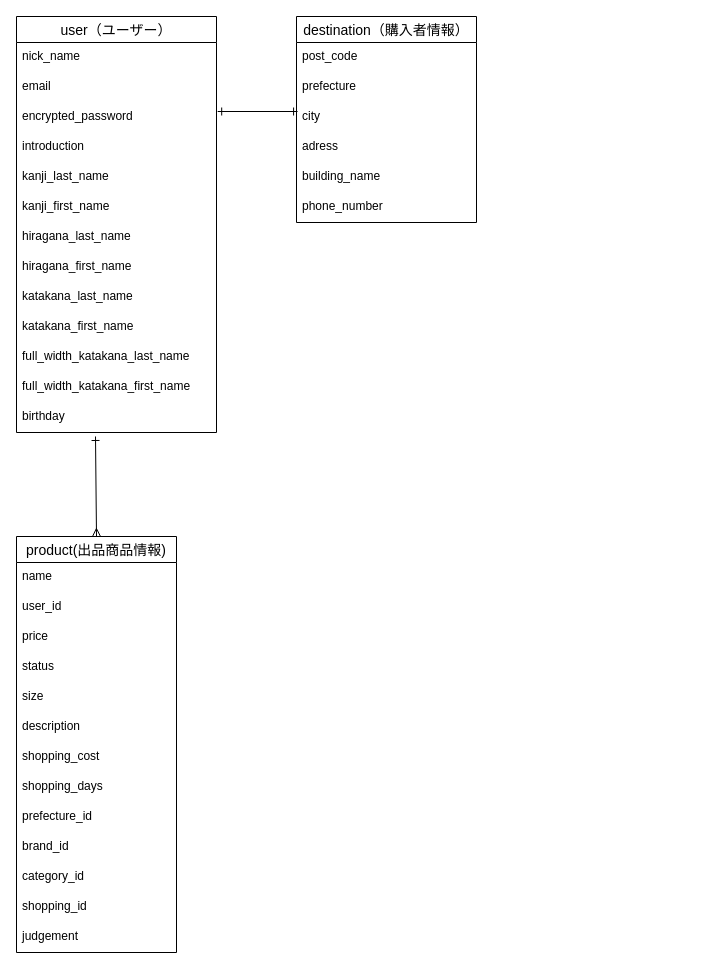
Above: Furima.dio in yk-kasshi/furima-39089 (draw.io), before the change. Source tidied: cells renumbered, new cells numbered last; positions are measured from the earlier drawing's top-left corner, leaving out a move shared by most shapes. Both pictures are drawn from the tidied source at 100%, with x=0, y=0 at pixel (16, 16).
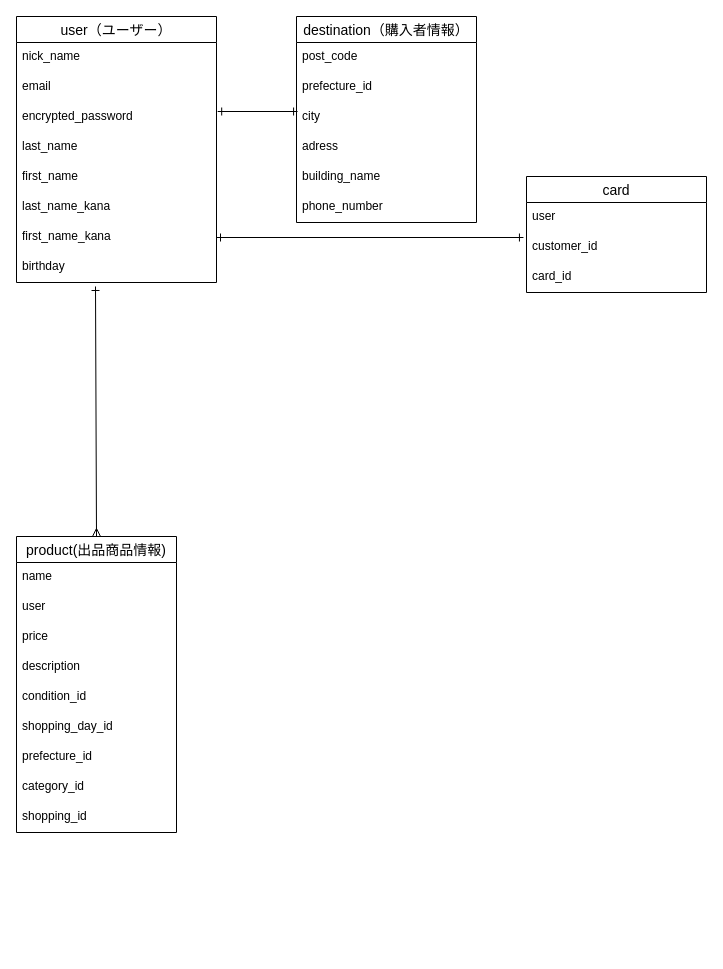
Above is the later version.

Commit message (it also covers changes not shown here):
データベース設計の修正３

Unchanged cells that the change refers to:
```xml
<mxCell id="31" value="destination（購入者情報）" style="swimlane;fontStyle=0;horizontal=1;startSize=26;align=center;fontSize=14;rounded=0;" parent="1" vertex="1">
  <mxGeometry x="280" width="180" height="206" as="geometry" />
</mxCell>
```

The edit, as a diff of the source:
```diff
@@
     <mxCell id="2" value="user（ユーザー）" style="swimlane;fontStyle=0;horizontal=1;startSize=26;align=center;fontSize=14;rounded=0;" parent="1" vertex="1">
-      <mxGeometry width="200" height="416" as="geometry" />
+      <mxGeometry width="200" height="266" as="geometry" />
     </mxCell>
@@
-    <mxCell id="6" value="introduction" style="text;strokeColor=none;fillColor=none;spacingLeft=4;spacingRight=4;overflow=hidden;fontSize=12;rounded=0;" parent="2" vertex="1">
-      <mxGeometry y="116" width="200" height="30" as="geometry" />
-    </mxCell>
-    <mxCell id="7" value="kanji_last_name" style="text;strokeColor=none;fillColor=none;spacingLeft=4;spacingRight=4;overflow=hidden;fontSize=12;" parent="2" vertex="1">
-      <mxGeometry y="146" width="200" height="30" as="geometry" />
-    </mxCell>
-    <mxCell id="8" value="kanji_first_name" style="text;strokeColor=none;fillColor=none;spacingLeft=4;spacingRight=4;overflow=hidden;fontSize=12;" parent="2" vertex="1">
-      <mxGeometry y="176" width="200" height="30" as="geometry" />
-    </mxCell>
-    <mxCell id="9" value="hiragana_last_name" style="text;strokeColor=none;fillColor=none;spacingLeft=4;spacingRight=4;overflow=hidden;fontSize=12;" parent="2" vertex="1">
-      <mxGeometry y="206" width="200" height="30" as="geometry" />
-    </mxCell>
-    <mxCell id="10" value="hiragana_first_name" style="text;strokeColor=none;fillColor=none;spacingLeft=4;spacingRight=4;overflow=hidden;fontSize=12;" parent="2" vertex="1">
-      <mxGeometry y="236" width="200" height="30" as="geometry" />
-    </mxCell>
-    <mxCell id="11" value="katakana_last_name" style="text;strokeColor=none;fillColor=none;spacingLeft=4;spacingRight=4;overflow=hidden;fontSize=12;" parent="2" vertex="1">
-      <mxGeometry y="266" width="200" height="30" as="geometry" />
-    </mxCell>
-    <mxCell id="12" value="katakana_first_name" style="text;strokeColor=none;fillColor=none;spacingLeft=4;spacingRight=4;overflow=hidden;fontSize=12;" parent="2" vertex="1">
-      <mxGeometry y="296" width="200" height="30" as="geometry" />
-    </mxCell>
-    <mxCell id="13" value="full_width_katakana_last_name" style="text;strokeColor=none;fillColor=none;spacingLeft=4;spacingRight=4;overflow=hidden;fontSize=12;" parent="2" vertex="1">
-      <mxGeometry y="326" width="200" height="30" as="geometry" />
-    </mxCell>
-    <mxCell id="14" value="full_width_katakana_first_name" style="text;strokeColor=none;fillColor=none;spacingLeft=4;spacingRight=4;overflow=hidden;fontSize=12;" parent="2" vertex="1">
-      <mxGeometry y="356" width="200" height="30" as="geometry" />
-    </mxCell>
+    <mxCell id="39" value="last_name" style="text;strokeColor=none;fillColor=none;spacingLeft=4;spacingRight=4;overflow=hidden;fontSize=12;" parent="2" vertex="1">
+      <mxGeometry y="116" width="200" height="30" as="geometry" />
+    </mxCell>
+    <mxCell id="40" value="first_name" style="text;strokeColor=none;fillColor=none;spacingLeft=4;spacingRight=4;overflow=hidden;fontSize=12;" parent="2" vertex="1">
+      <mxGeometry y="146" width="200" height="30" as="geometry" />
+    </mxCell>
+    <mxCell id="41" value="last_name_kana" style="text;strokeColor=none;fillColor=none;spacingLeft=4;spacingRight=4;overflow=hidden;fontSize=12;" parent="2" vertex="1">
+      <mxGeometry y="176" width="200" height="30" as="geometry" />
+    </mxCell>
+    <mxCell id="42" value="first_name_kana" style="text;strokeColor=none;fillColor=none;spacingLeft=4;spacingRight=4;overflow=hidden;points=[[0,0.5],[1,0.5]];portConstraint=eastwest;fontSize=12;" parent="2" vertex="1">
+      <mxGeometry y="206" width="200" height="30" as="geometry" />
+    </mxCell>
     <mxCell id="15" value="birthday" style="text;strokeColor=none;fillColor=none;spacingLeft=4;spacingRight=4;overflow=hidden;points=[[0,0.5],[1,0.5]];portConstraint=eastwest;fontSize=12;rounded=0;" parent="2" vertex="1">
-      <mxGeometry y="386" width="200" height="30" as="geometry" />
+      <mxGeometry y="236" width="200" height="30" as="geometry" />
     </mxCell>
@@
     <mxCell id="17" value="product(出品商品情報)" style="swimlane;fontStyle=0;horizontal=1;startSize=26;align=center;fontSize=14;rounded=0;strokeColor=default;direction=east;perimeterSpacing=0;" parent="1" vertex="1">
-      <mxGeometry y="520" width="160" height="416" as="geometry" />
+      <mxGeometry y="520" width="160" height="296" as="geometry" />
     </mxCell>
@@
-    <mxCell id="19" value="user_id" style="text;strokeColor=none;fillColor=none;spacingLeft=4;spacingRight=4;overflow=hidden;fontSize=12;rounded=0;" parent="17" vertex="1">
+    <mxCell id="19" value="user" style="text;strokeColor=none;fillColor=none;spacingLeft=4;spacingRight=4;overflow=hidden;fontSize=12;rounded=0;" parent="17" vertex="1">
       <mxGeometry y="56" width="160" height="30" as="geometry" />
     </mxCell>
@@
-    <mxCell id="21" value="status" style="text;strokeColor=none;fillColor=none;spacingLeft=4;spacingRight=4;overflow=hidden;fontSize=12;rounded=0;" parent="17" vertex="1">
-      <mxGeometry y="116" width="160" height="30" as="geometry" />
-    </mxCell>
-    <mxCell id="22" value="size" style="text;strokeColor=none;fillColor=none;spacingLeft=4;spacingRight=4;overflow=hidden;fontSize=12;rounded=0;" parent="17" vertex="1">
-      <mxGeometry y="146" width="160" height="30" as="geometry" />
-    </mxCell>
     <mxCell id="23" value="description&#10;" style="text;strokeColor=none;fillColor=none;spacingLeft=4;spacingRight=4;overflow=hidden;fontSize=12;" parent="17" vertex="1">
-      <mxGeometry y="176" width="160" height="30" as="geometry" />
+      <mxGeometry y="116" width="160" height="30" as="geometry" />
     </mxCell>
-    <mxCell id="24" value="shopping_cost" style="text;strokeColor=none;fillColor=none;spacingLeft=4;spacingRight=4;overflow=hidden;fontSize=12;rounded=0;" parent="17" vertex="1">
-      <mxGeometry y="206" width="160" height="30" as="geometry" />
-    </mxCell>
+    <mxCell id="43" value="condition_id" style="text;strokeColor=none;fillColor=none;spacingLeft=4;spacingRight=4;overflow=hidden;fontSize=12;" parent="17" vertex="1">
+      <mxGeometry y="146" width="160" height="30" as="geometry" />
+    </mxCell>
-    <mxCell id="25" value="shopping_days" style="text;strokeColor=none;fillColor=none;spacingLeft=4;spacingRight=4;overflow=hidden;fontSize=12;rounded=0;" parent="17" vertex="1">
-      <mxGeometry y="236" width="160" height="30" as="geometry" />
+    <mxCell id="25" value="shopping_day_id" style="text;strokeColor=none;fillColor=none;spacingLeft=4;spacingRight=4;overflow=hidden;fontSize=12;rounded=0;" parent="17" vertex="1">
+      <mxGeometry y="176" width="160" height="30" as="geometry" />
     </mxCell>
     <mxCell id="26" value="prefecture_id" style="text;strokeColor=none;fillColor=none;spacingLeft=4;spacingRight=4;overflow=hidden;fontSize=12;rounded=0;" parent="17" vertex="1">
-      <mxGeometry y="266" width="160" height="30" as="geometry" />
+      <mxGeometry y="206" width="160" height="30" as="geometry" />
     </mxCell>
-    <mxCell id="27" value="brand_id" style="text;strokeColor=none;fillColor=none;spacingLeft=4;spacingRight=4;overflow=hidden;fontSize=12;" parent="17" vertex="1">
-      <mxGeometry y="296" width="160" height="30" as="geometry" />
-    </mxCell>
     <mxCell id="28" value="category_id" style="text;strokeColor=none;fillColor=none;spacingLeft=4;spacingRight=4;overflow=hidden;fontSize=12;rounded=0;" parent="17" vertex="1">
-      <mxGeometry y="326" width="160" height="30" as="geometry" />
+      <mxGeometry y="236" width="160" height="30" as="geometry" />
     </mxCell>
     <mxCell id="29" value="shopping_id" style="text;strokeColor=none;fillColor=none;spacingLeft=4;spacingRight=4;overflow=hidden;fontSize=12;rounded=0;" parent="17" vertex="1">
-      <mxGeometry y="356" width="160" height="30" as="geometry" />
+      <mxGeometry y="266" width="160" height="30" as="geometry" />
     </mxCell>
-    <mxCell id="30" value="judgement" style="text;strokeColor=none;fillColor=none;spacingLeft=4;spacingRight=4;overflow=hidden;fontSize=12;rounded=0;" parent="17" vertex="1">
-      <mxGeometry y="386" width="160" height="30" as="geometry" />
-    </mxCell>
@@
-    <mxCell id="33" value="prefecture" style="text;strokeColor=none;fillColor=none;spacingLeft=4;spacingRight=4;overflow=hidden;fontSize=12;rounded=0;" parent="31" vertex="1">
+    <mxCell id="33" value="prefecture_id" style="text;strokeColor=none;fillColor=none;spacingLeft=4;spacingRight=4;overflow=hidden;fontSize=12;rounded=0;" parent="31" vertex="1">
       <mxGeometry y="56" width="180" height="30" as="geometry" />
     </mxCell>
@@
+    <mxCell id="44" value="card" style="swimlane;fontStyle=0;horizontal=1;startSize=26;align=center;fontSize=14;strokeColor=default;" parent="1" vertex="1">
+      <mxGeometry x="510" y="160" width="180" height="116" as="geometry" />
+    </mxCell>
+    <mxCell id="45" value="user" style="text;strokeColor=none;fillColor=none;spacingLeft=4;spacingRight=4;overflow=hidden;fontSize=12;" parent="44" vertex="1">
+      <mxGeometry y="26" width="180" height="30" as="geometry" />
+    </mxCell>
+    <mxCell id="46" value="customer_id" style="text;strokeColor=none;fillColor=none;spacingLeft=4;spacingRight=4;overflow=hidden;points=[[0,0.5],[1,0.5]];portConstraint=eastwest;fontSize=12;" parent="44" vertex="1">
+      <mxGeometry y="56" width="180" height="30" as="geometry" />
+    </mxCell>
+    <mxCell id="47" value="card_id" style="text;strokeColor=none;fillColor=none;spacingLeft=4;spacingRight=4;overflow=hidden;fontSize=12;" parent="44" vertex="1">
+      <mxGeometry y="86" width="180" height="30" as="geometry" />
+    </mxCell>
+    <mxCell id="48" style="edgeStyle=none;html=1;exitX=1;exitY=0.5;exitDx=0;exitDy=0;entryX=-0.017;entryY=0.167;entryDx=0;entryDy=0;entryPerimeter=0;startArrow=ERone;startFill=0;endArrow=ERone;endFill=0;" parent="1" edge="1" source="42" target="46">
+      <mxGeometry relative="1" as="geometry" />
+    </mxCell>
```
